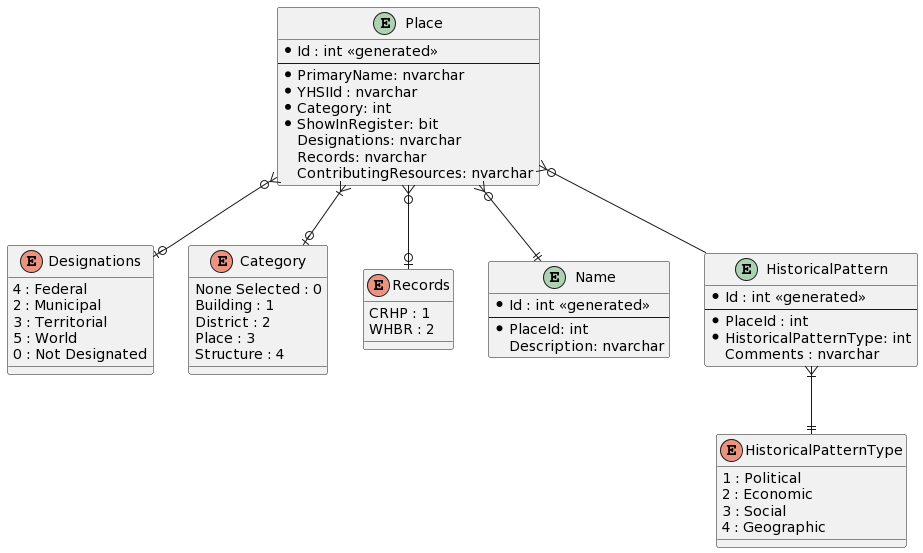
Before: Design/change-tracking-and-approvals-data-modeling.png, a diagram exported from PlantUML (ytgov/yhsi).
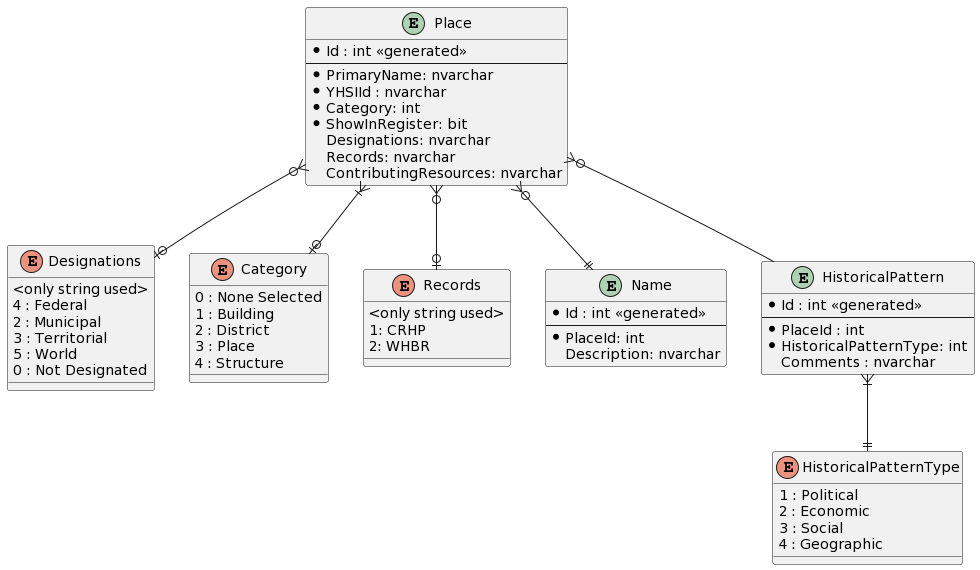
After the commit.

Commit message:
:beetle: Fix Category and Records representation.

What changed in the source:
```diff
@@ -12,6 +12,7 @@
 }
 
 enum "Designations" as designations {
+  <only string used>
   4 : Federal
   2 : Municipal
   3 : Territorial
@@ -20,16 +21,17 @@
 }
 
 enum "Category" as category {
-  None Selected : 0
-  Building : 1
-  District : 2
-  Place : 3
-  Structure : 4
+  0 : None Selected
+  1 : Building
+  2 : District
+  3 : Place
+  4 : Structure
 }
 
 enum "Records" as records {
-  CRHP : 1
-  WHBR : 2
+  <only string used>
+  1: CRHP
+  2: WHBR
 }
 
 entity "Name" as name {
```
